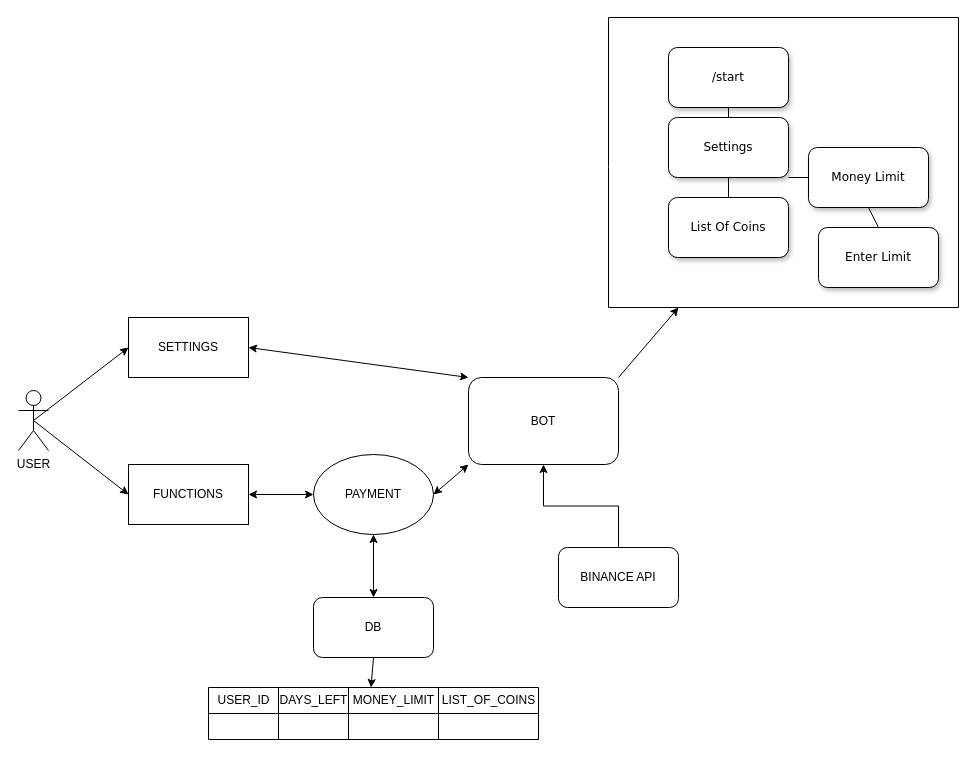
Earlier version of the draw.io diagram projectStructure/projectStructure.drawio (zeroxSasha/cryptobot). Source tidied: cells renumbered, new cells numbered last; positions are measured from the earlier drawing's top-left corner, leaving out a move shared by most shapes. Both pictures are drawn from the tidied source at 100%, with x=0, y=0 at pixel (18, 17).
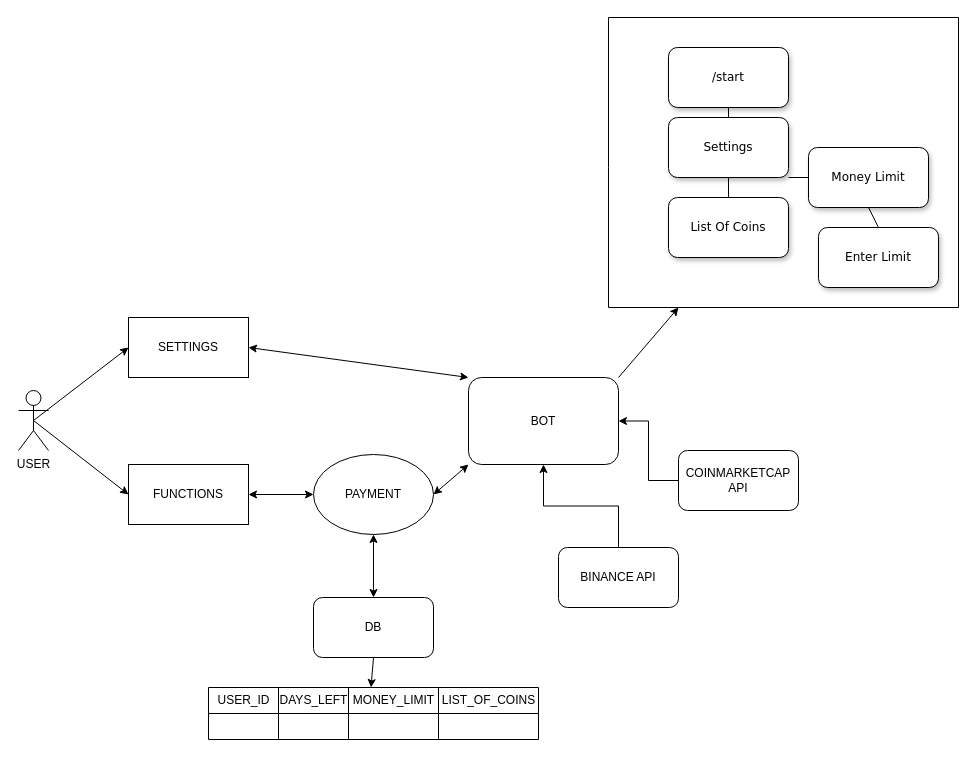
The same diagram, later.

Commit message:
chore: add CoinMarketCap API option

The change refers to these unchanged cells:
```xml
<mxCell id="2" value="BOT" style="rounded=1;whiteSpace=wrap;html=1;" parent="1" vertex="1">
  <mxGeometry x="450" y="360" width="150" height="87" as="geometry" />
</mxCell>
```

What changed in the source:
```diff
@@
+    <mxCell id="35" value="COINMARKETCAP API" style="rounded=1;whiteSpace=wrap;html=1;" parent="1" vertex="1">
+      <mxGeometry x="660" y="433" width="120" height="60" as="geometry" />
+    </mxCell>
+    <mxCell id="36" style="edgeStyle=orthogonalEdgeStyle;rounded=0;jettySize=auto;html=1;entryX=1;entryY=0.5;entryDx=0;entryDy=0;exitX=0;exitY=0.5;exitDx=0;exitDy=0;" parent="1" edge="1" source="35" target="2">
+      <mxGeometry relative="1" as="geometry" />
+    </mxCell>
```
